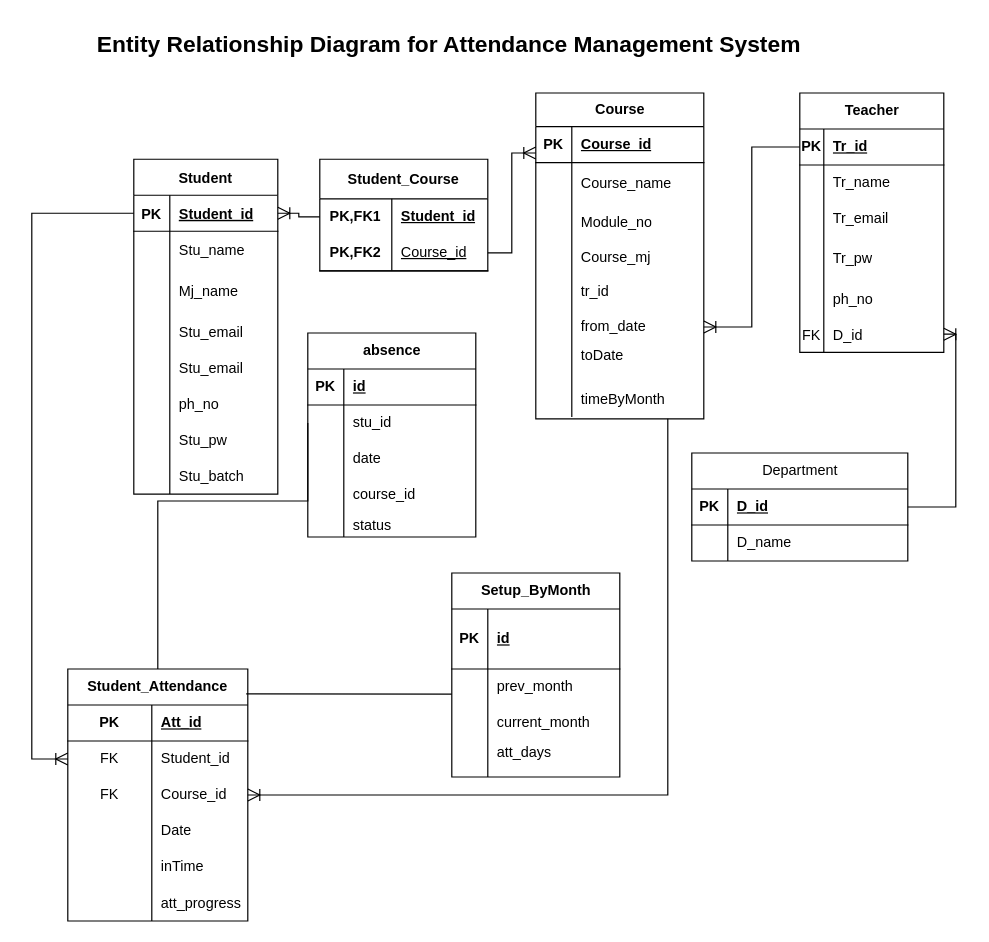
Above: ER.drawio in KhunMaungNgwee/InternShipProject (draw.io), before the change. Source tidied: cells renumbered, new cells numbered last; positions are measured from the earlier drawing's top-left corner, leaving out a move shared by most shapes. Both pictures are drawn from the tidied source at 120%, with x=0, y=0 at pixel (31, 20).
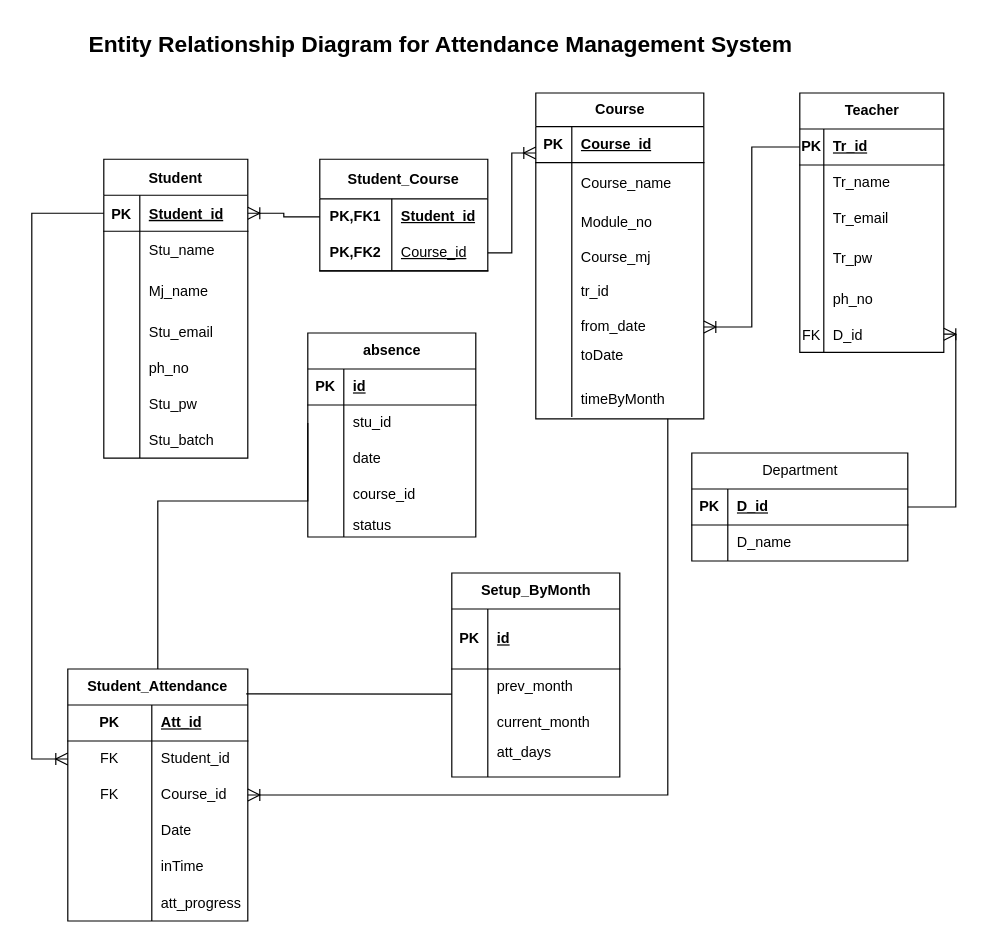
The same diagram, later.

The edit, as a diff of the source:
```diff
@@
     <mxCell id="2" value="Student" style="shape=table;startSize=30;childLayout=tableLayout;rowLines=0;fontStyle=1;align=center;" parent="1" vertex="1">
-      <mxGeometry x="85" y="115.2" width="120" height="279" as="geometry" />
+      <mxGeometry x="60" y="115.2" width="120" height="249" as="geometry" />
     </mxCell>
@@
-    <mxCell id="15" style="shape=tableRow;horizontal=0;startSize=0;swimlaneHead=0;swimlaneBody=0;fillColor=none;top=0;left=0;right=0;bottom=0;" parent="2" vertex="1">
-      <mxGeometry y="159" width="120" height="30" as="geometry" />
-    </mxCell>
-    <mxCell id="16" style="shape=partialRectangle;fillColor=none;top=0;left=0;bottom=0;right=0;overflow=hidden;" parent="15" vertex="1">
-      <mxGeometry width="30" height="30" as="geometry" />
-    </mxCell>
-    <mxCell id="17" value="Stu_email" style="shape=partialRectangle;fillColor=none;top=0;left=0;bottom=0;right=0;align=left;spacingLeft=6;overflow=hidden;" parent="15" vertex="1">
-      <mxGeometry x="30" width="90" height="30" as="geometry" />
-    </mxCell>
     <mxCell id="18" style="shape=tableRow;horizontal=0;startSize=0;swimlaneHead=0;swimlaneBody=0;fillColor=none;top=0;left=0;right=0;bottom=0;" parent="2" vertex="1">
-      <mxGeometry y="189" width="120" height="30" as="geometry" />
+      <mxGeometry y="159" width="120" height="30" as="geometry" />
     </mxCell>
@@
     <mxCell id="21" style="shape=tableRow;horizontal=0;startSize=0;swimlaneHead=0;swimlaneBody=0;fillColor=none;top=0;left=0;right=0;bottom=0;" parent="2" vertex="1">
-      <mxGeometry y="219" width="120" height="30" as="geometry" />
+      <mxGeometry y="189" width="120" height="30" as="geometry" />
     </mxCell>
@@
     <mxCell id="24" style="shape=tableRow;horizontal=0;startSize=0;swimlaneHead=0;swimlaneBody=0;fillColor=none;top=0;left=0;right=0;bottom=0;" parent="2" vertex="1">
-      <mxGeometry y="249" width="120" height="30" as="geometry" />
+      <mxGeometry y="219" width="120" height="30" as="geometry" />
     </mxCell>
@@
     <mxCell id="101" value="Entity Relationship Diagram for Attendance Management System&amp;nbsp;" style="text;html=1;align=center;verticalAlign=middle;strokeColor=none;fillColor=none;strokeWidth=0;fontSize=19;fontStyle=1;" parent="1" vertex="1">
-      <mxGeometry x="60" width="580" height="40" as="geometry" />
+      <mxGeometry x="53" width="580" height="40" as="geometry" />
     </mxCell>
```
